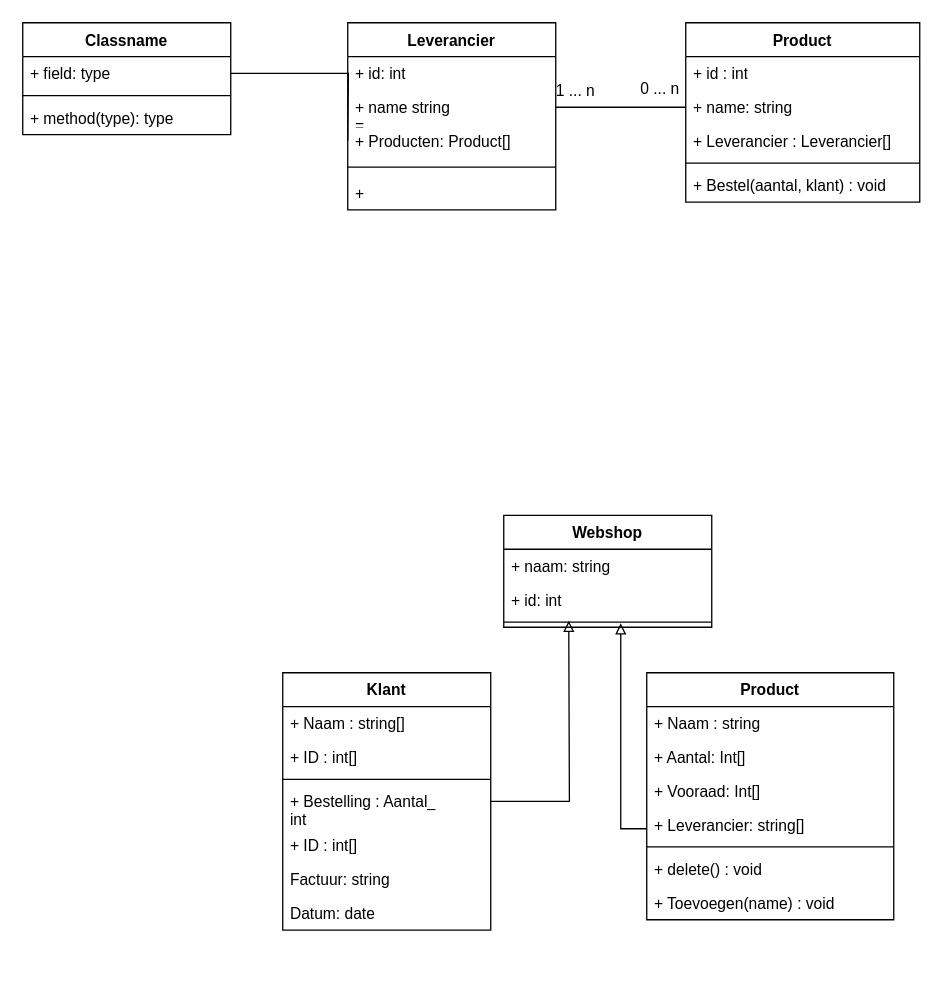
Above: Diagrammen/dummy.drawio in Rayan-html/Quiz (draw.io), before the change. Source tidied: cells renumbered, new cells numbered last; positions are measured from the earlier drawing's top-left corner, leaving out a move shared by most shapes. Both pictures are drawn from the tidied source at 130%, with x=0, y=0 at pixel (22, 22).
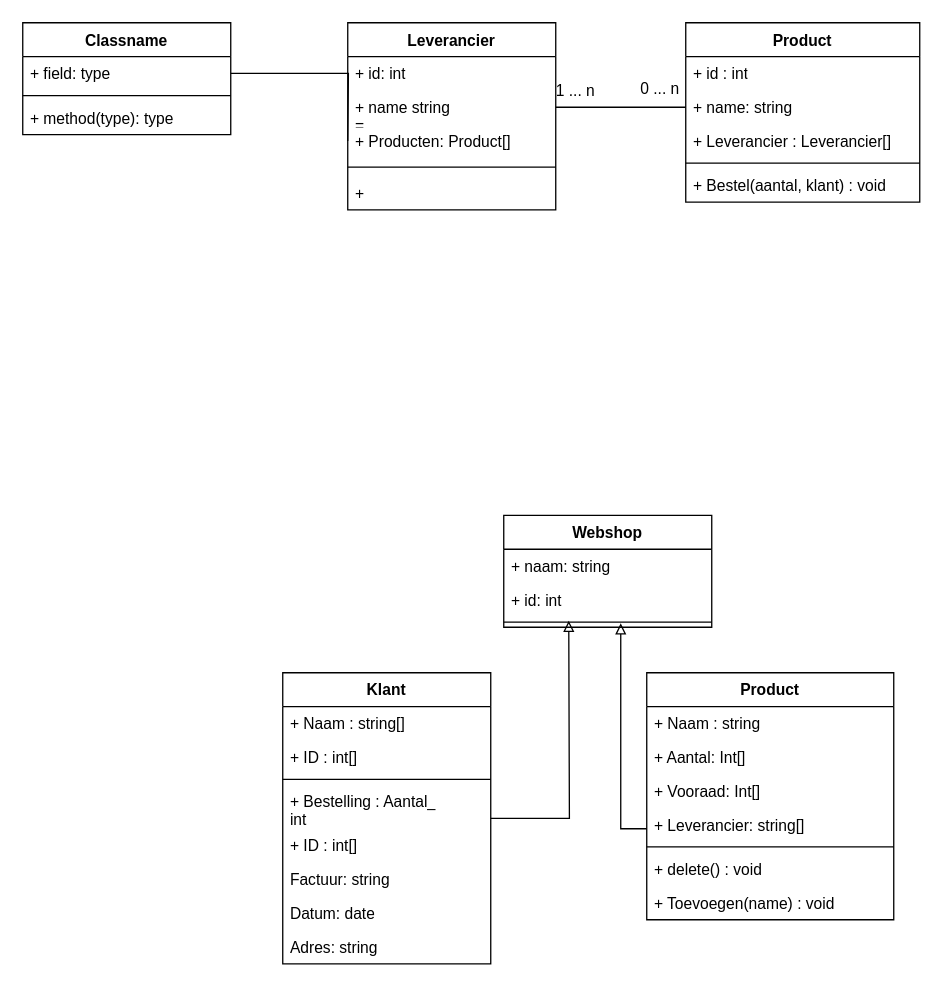
The same diagram, later.

What changed in the source:
```diff
@@
     <mxCell id="26" value="Klant" style="swimlane;fontStyle=1;align=center;verticalAlign=top;horizontal=1;startSize=26;whiteSpace=wrap;html=1;" parent="1" vertex="1">
-      <mxGeometry x="200" y="500" width="160" height="198" as="geometry" />
+      <mxGeometry x="200" y="500" width="160" height="224" as="geometry" />
     </mxCell>
@@
+    <mxCell id="44" value="Adres: string" style="text;strokeColor=none;fillColor=none;align=left;verticalAlign=top;spacingLeft=4;spacingRight=4;overflow=hidden;whiteSpace=wrap;html=1;" parent="26" vertex="1">
+      <mxGeometry y="198" width="160" height="26" as="geometry" />
+    </mxCell>
```
